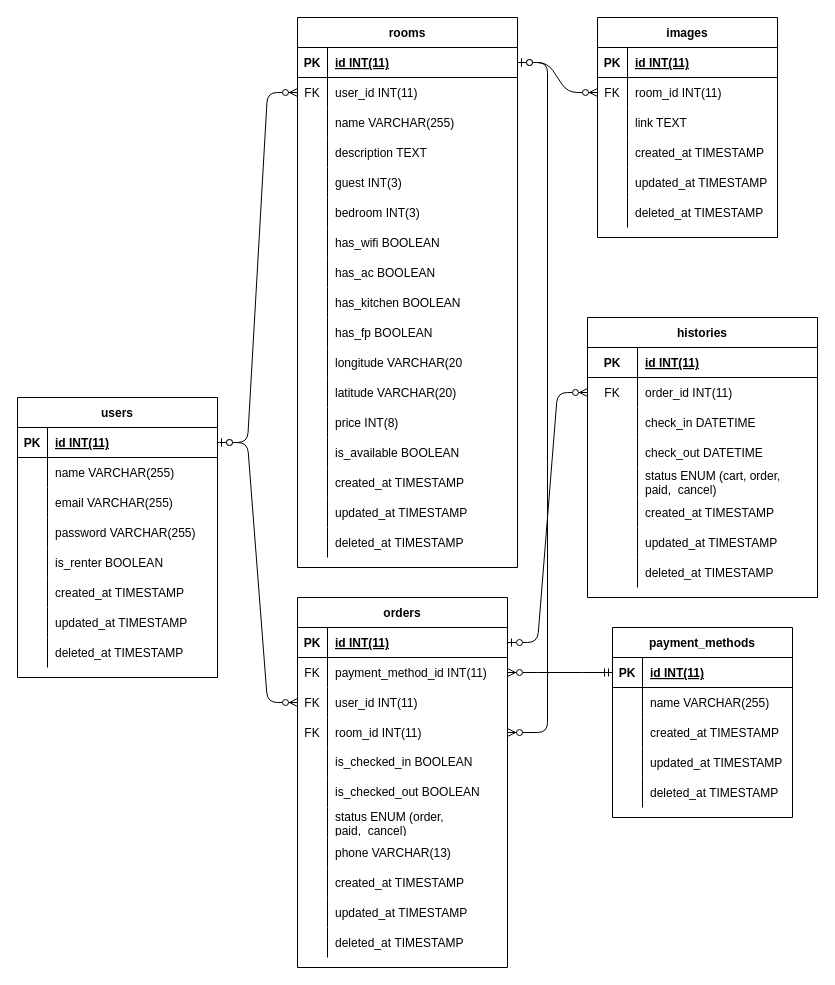
The draw.io diagram ERD/erd.drawio in airbnb-group-2/BE, before the edit. Source tidied: cells renumbered, new cells numbered last; positions are measured from the earlier drawing's top-left corner, leaving out a move shared by most shapes. Both pictures are drawn from the tidied source at 100%, with x=0, y=0 at pixel (17, 17).
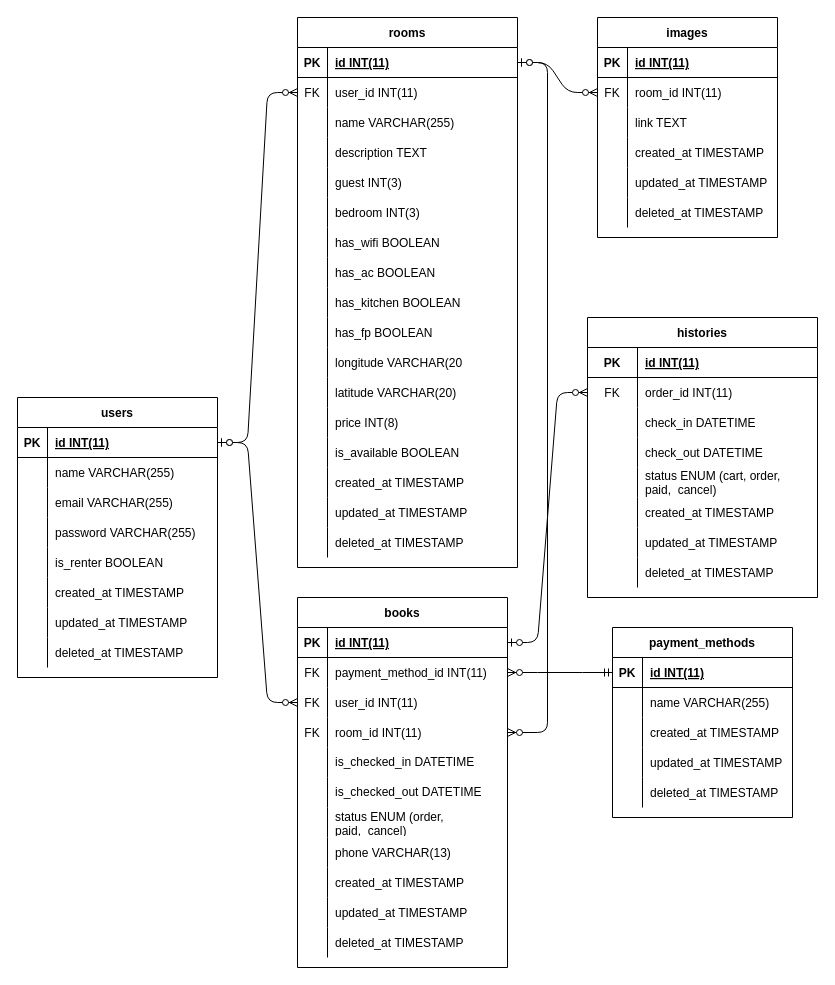
After the change.

The change refers to these unchanged cells:
```xml
<mxCell id="134" style="shape=tableRow;horizontal=0;startSize=0;swimlaneHead=0;swimlaneBody=0;fillColor=none;top=0;left=0;right=0;bottom=0;" parent="121" vertex="1">
  <mxGeometry y="150" width="210" height="30" as="geometry" />
</mxCell>
<mxCell id="137" style="shape=tableRow;horizontal=0;startSize=0;swimlaneHead=0;swimlaneBody=0;fillColor=none;top=0;left=0;right=0;bottom=0;" parent="121" vertex="1">
  <mxGeometry y="180" width="210" height="30" as="geometry" />
</mxCell>
```

Change to the diagram source:
```diff
@@
-    <mxCell id="121" value="orders" style="shape=table;startSize=30;childLayout=tableLayout;rowLines=0;fontStyle=1;align=center;" parent="1" vertex="1">
+    <mxCell id="121" value="books" style="shape=table;startSize=30;childLayout=tableLayout;rowLines=0;fontStyle=1;align=center;" parent="1" vertex="1">
       <mxGeometry x="280" y="580" width="210" height="370" as="geometry" />
     </mxCell>
@@
-    <mxCell id="136" value="is_checked_in BOOLEAN" style="shape=partialRectangle;fillColor=none;top=0;left=0;bottom=0;right=0;align=left;spacingLeft=6;overflow=hidden;whiteSpace=wrap;" parent="134" vertex="1">
+    <mxCell id="136" value="is_checked_in DATETIME" style="shape=partialRectangle;fillColor=none;top=0;left=0;bottom=0;right=0;align=left;spacingLeft=6;overflow=hidden;whiteSpace=wrap;" parent="134" vertex="1">
       <mxGeometry x="30" width="180" height="30" as="geometry" />
     </mxCell>
@@
-    <mxCell id="139" value="is_checked_out BOOLEAN" style="shape=partialRectangle;fillColor=none;top=0;left=0;bottom=0;right=0;align=left;spacingLeft=6;overflow=hidden;whiteSpace=wrap;" parent="137" vertex="1">
+    <mxCell id="139" value="is_checked_out DATETIME" style="shape=partialRectangle;fillColor=none;top=0;left=0;bottom=0;right=0;align=left;spacingLeft=6;overflow=hidden;whiteSpace=wrap;" parent="137" vertex="1">
       <mxGeometry x="30" width="180" height="30" as="geometry" />
     </mxCell>
```
